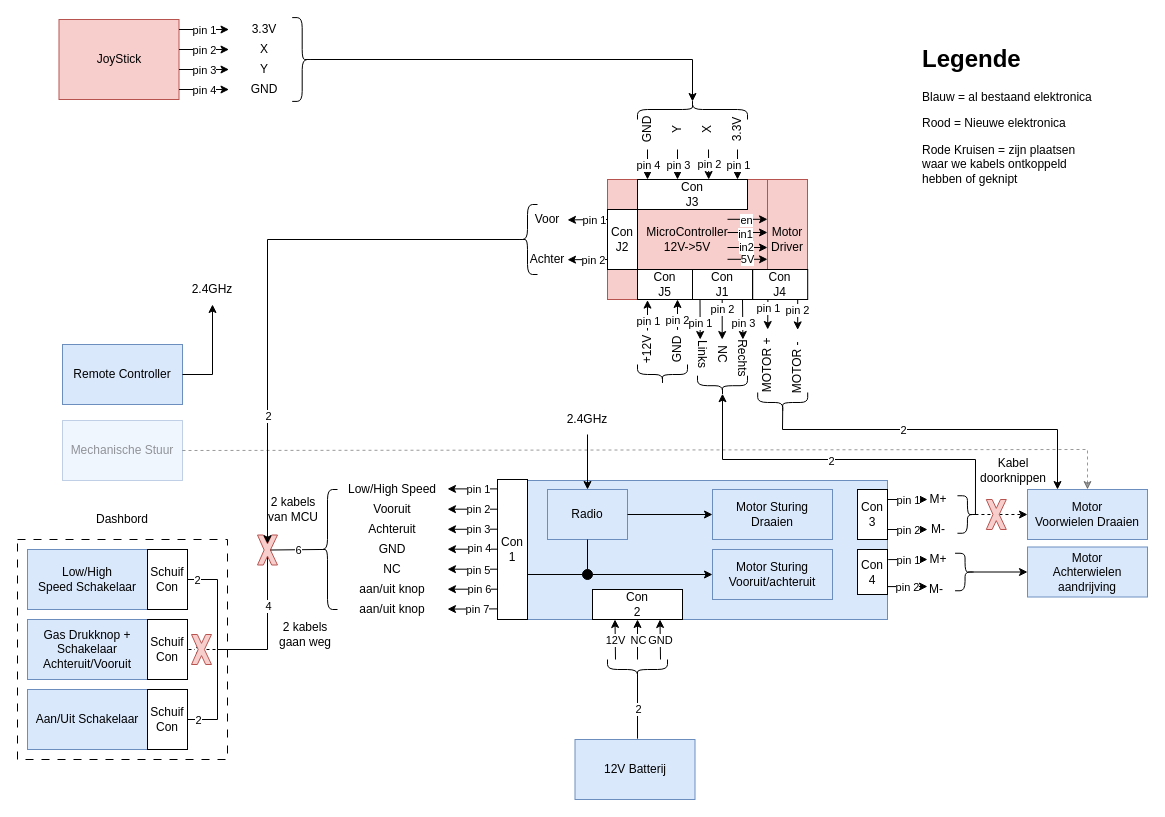
The draw.io diagram page "Blokdiagram nieuw architectuur met connectoren" (8 of 8) of ArchitectuurDocumenten/Architectuur.drawio in vives-project-xp/GoBabyGo2.0, before the edit. Source tidied: cells renumbered, new cells numbered last; positions are measured from the earlier drawing's top-left corner, leaving out a move shared by most shapes. Both pictures are drawn from the tidied source at 100%, with x=0, y=0 at pixel (17, 19).
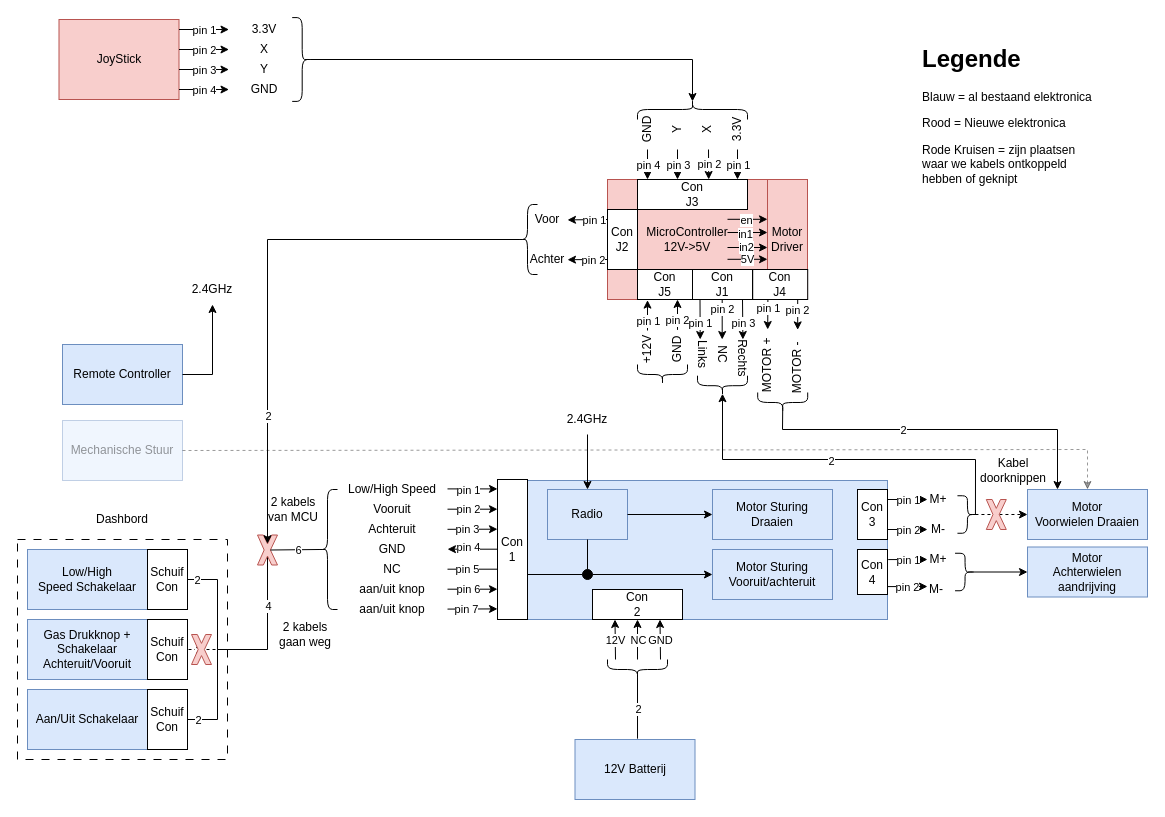
The same diagram, later.

Unchanged cells that the change refers to:
```xml
<mxCell id="63" style="endArrow=classic;html=1;rounded=0;" parent="1" edge="1">
  <mxGeometry relative="1" as="geometry">
    <mxPoint x="480" y="529.7" as="sourcePoint" />
    <mxPoint x="430" y="529.7" as="targetPoint" />
  </mxGeometry>
</mxCell>
```

The edit, as a diff of the source:
```diff
@@
-    <mxCell id="57" style="endArrow=classic;html=1;rounded=0;" parent="1" edge="1">
+    <mxCell id="57" style="endArrow=none;html=1;rounded=0;startArrow=classic;startFill=1;endFill=0;" parent="1" edge="1">
       <mxGeometry relative="1" as="geometry">
         <mxPoint x="480" y="469.4" as="sourcePoint" />
         <mxPoint x="430" y="469.4" as="targetPoint" />
       </mxGeometry>
     </mxCell>
     <mxCell id="58" value="pin 1" style="edgeLabel;html=1;align=center;verticalAlign=middle;" parent="57" vertex="1">
       <mxGeometry x="-0.03" relative="1" as="geometry">
-        <mxPoint x="4" as="offset" />
+        <mxPoint x="-6" y="1" as="offset" />
       </mxGeometry>
     </mxCell>
-    <mxCell id="59" style="endArrow=classic;html=1;rounded=0;" parent="1" edge="1">
+    <mxCell id="59" style="endArrow=none;html=1;rounded=0;startArrow=classic;startFill=1;endFill=0;" parent="1" edge="1">
       <mxGeometry relative="1" as="geometry">
         <mxPoint x="480" y="489.7" as="sourcePoint" />
         <mxPoint x="430" y="489.7" as="targetPoint" />
       </mxGeometry>
     </mxCell>
     <mxCell id="60" value="pin 2" style="edgeLabel;html=1;align=center;verticalAlign=middle;" parent="59" vertex="1">
       <mxGeometry x="-0.25" relative="1" as="geometry">
-        <mxPoint x="-1" as="offset" />
+        <mxPoint x="-11" as="offset" />
       </mxGeometry>
     </mxCell>
-    <mxCell id="61" style="endArrow=classic;html=1;rounded=0;" parent="1" edge="1">
+    <mxCell id="61" style="endArrow=none;html=1;rounded=0;startArrow=classic;startFill=1;endFill=0;" parent="1" edge="1">
       <mxGeometry relative="1" as="geometry">
         <mxPoint x="480" y="509.7" as="sourcePoint" />
         <mxPoint x="430" y="509.8" as="targetPoint" />
       </mxGeometry>
     </mxCell>
     <mxCell id="62" value="pin 3" style="edgeLabel;html=1;align=center;verticalAlign=middle;" parent="61" vertex="1">
-      <mxGeometry x="-0.22" relative="1" as="geometry" />
+      <mxGeometry x="-0.22" relative="1" as="geometry">
+        <mxPoint x="-11" as="offset" />
+      </mxGeometry>
     </mxCell>
@@
     <mxCell id="64" value="pin 4" style="edgeLabel;html=1;align=center;verticalAlign=middle;" parent="63" vertex="1">
-      <mxGeometry x="-0.24" y="-1" relative="1" as="geometry" />
+      <mxGeometry x="-0.24" y="-1" relative="1" as="geometry">
+        <mxPoint x="-11" y="-1" as="offset" />
+      </mxGeometry>
     </mxCell>
-    <mxCell id="65" style="endArrow=classic;html=1;rounded=0;" parent="1" edge="1">
+    <mxCell id="65" style="endArrow=none;html=1;rounded=0;endFill=0;" parent="1" edge="1">
       <mxGeometry relative="1" as="geometry">
         <mxPoint x="480" y="549.7" as="sourcePoint" />
         <mxPoint x="430" y="549.7" as="targetPoint" />
       </mxGeometry>
     </mxCell>
     <mxCell id="66" value="pin 5" style="edgeLabel;html=1;align=center;verticalAlign=middle;" parent="65" vertex="1">
-      <mxGeometry x="-0.22" y="1" relative="1" as="geometry" />
+      <mxGeometry x="-0.22" y="1" relative="1" as="geometry">
+        <mxPoint x="-11" y="-1" as="offset" />
+      </mxGeometry>
     </mxCell>
-    <mxCell id="67" style="endArrow=classic;html=1;rounded=0;" parent="1" edge="1">
+    <mxCell id="67" style="endArrow=none;html=1;rounded=0;endFill=0;startArrow=classic;startFill=1;" parent="1" edge="1">
       <mxGeometry relative="1" as="geometry">
         <mxPoint x="480" y="569.7" as="sourcePoint" />
         <mxPoint x="430" y="569.7" as="targetPoint" />
       </mxGeometry>
     </mxCell>
     <mxCell id="68" value="pin 6" style="edgeLabel;html=1;align=center;verticalAlign=middle;" parent="67" vertex="1">
       <mxGeometry x="-0.25" y="1" relative="1" as="geometry">
-        <mxPoint y="-1" as="offset" />
+        <mxPoint x="-11" y="-1" as="offset" />
       </mxGeometry>
     </mxCell>
-    <mxCell id="69" style="endArrow=classic;html=1;rounded=0;" parent="1" edge="1">
+    <mxCell id="69" style="endArrow=none;html=1;rounded=0;startArrow=classic;startFill=1;endFill=0;" parent="1" edge="1">
       <mxGeometry relative="1" as="geometry">
         <mxPoint x="480" y="589.4" as="sourcePoint" />
         <mxPoint x="430" y="589.6" as="targetPoint" />
       </mxGeometry>
     </mxCell>
     <mxCell id="70" value="pin 7" style="edgeLabel;html=1;align=center;verticalAlign=middle;" parent="69" vertex="1">
       <mxGeometry x="-0.22" y="-1" relative="1" as="geometry">
-        <mxPoint y="1" as="offset" />
+        <mxPoint x="-11" y="1" as="offset" />
       </mxGeometry>
     </mxCell>
```
